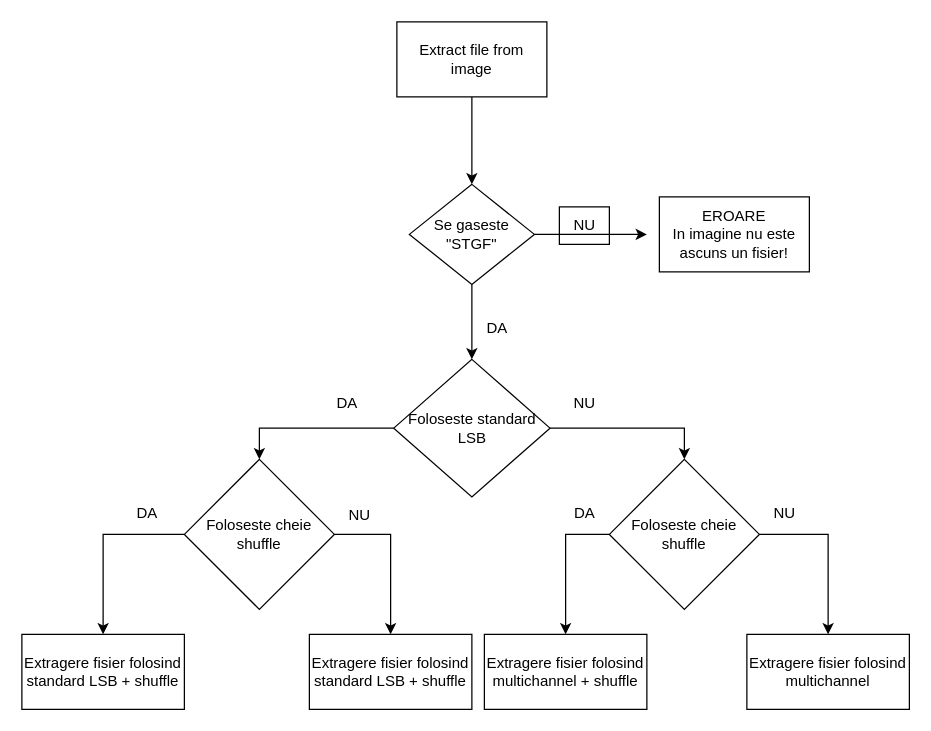
The draw.io diagram extraction_methid_based.drawio in DarkD18/Aplicatie_steganografie, before the edit. Source tidied: cells renumbered, new cells numbered last; positions are measured from the earlier drawing's top-left corner, leaving out a move shared by most shapes. Both pictures are drawn from the tidied source at 125%, with x=0, y=0 at pixel (21, 21).
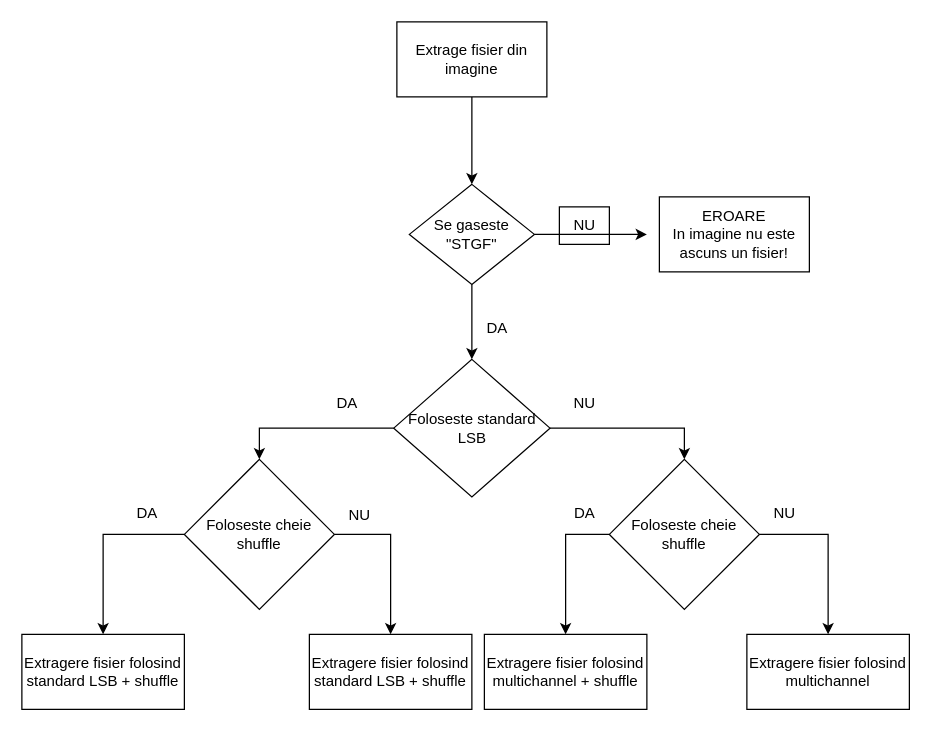
The same page after the edit.

The edit, as a diff of the source:
```diff
@@
-    <mxCell id="3" value="Extract file from image" style="rounded=0;whiteSpace=wrap;html=1;" parent="1" vertex="1">
+    <mxCell id="3" value="Extrage fisier din imagine" style="rounded=0;whiteSpace=wrap;html=1;" parent="1" vertex="1">
       <mxGeometry x="300" width="120" height="60" as="geometry" />
     </mxCell>
```
